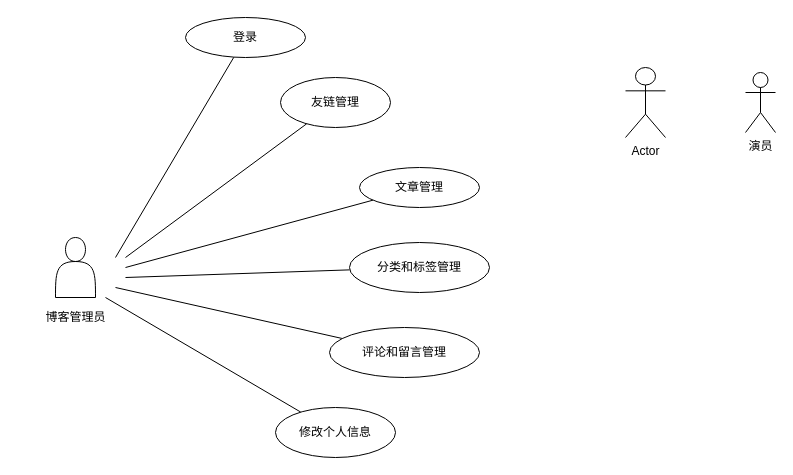
Before: white/Untitled Diagram.drawio in manitoYang97/small-project, a draw.io diagram. Source tidied: cells renumbered, new cells numbered last; positions are measured from the earlier drawing's top-left corner, leaving out a move shared by most shapes. Both pictures are drawn from the tidied source at 100%, with x=0, y=0 at pixel (17, 17).
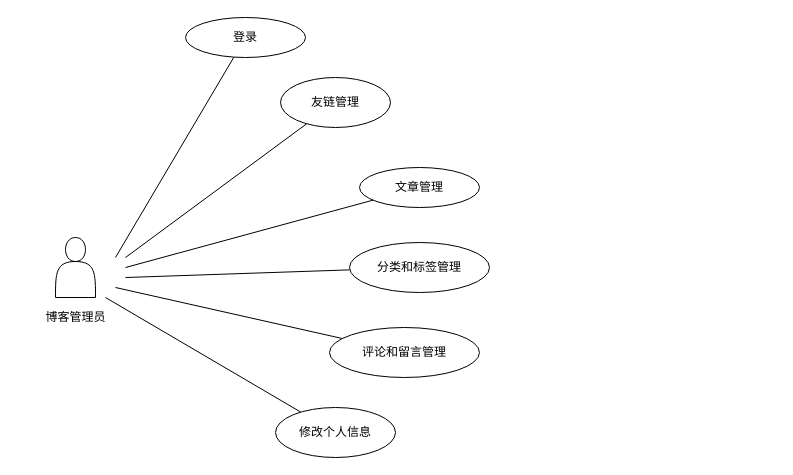
After the change.

Diff of the diagram source:
```diff
@@
-    <mxCell id="2" value="演员" style="shape=umlActor;verticalLabelPosition=bottom;verticalAlign=top;html=1;" parent="1" vertex="1">
-      <mxGeometry x="728" y="55" width="30" height="60" as="geometry" />
-    </mxCell>
@@
-    <mxCell id="15" value="Actor" style="shape=umlActor;verticalLabelPosition=bottom;verticalAlign=top;html=1;" parent="1" vertex="1">
-      <mxGeometry x="608" y="50" width="40" height="70" as="geometry" />
-    </mxCell>
```
